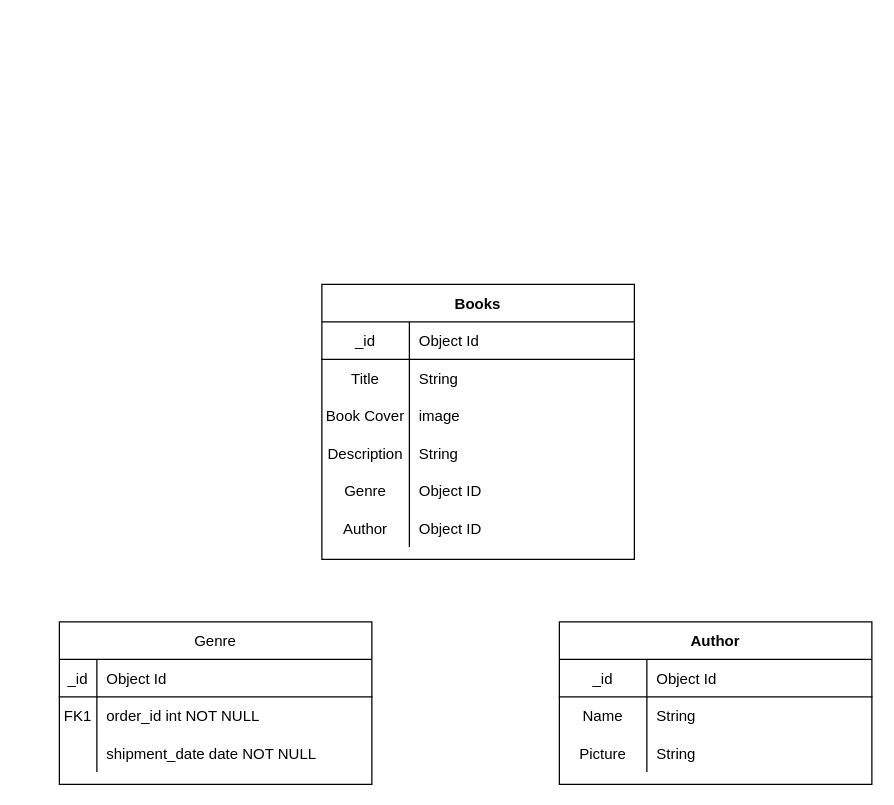
pierocaceres/The_Library_Of_Me keeps this draw.io diagram as The_Library_Of_Me_ERD.drawio. Above is the earlier version. Source tidied: cells renumbered, new cells numbered last; positions are measured from the earlier drawing's top-left corner, leaving out a move shared by most shapes. Both pictures are drawn from the tidied source at 125%, with x=0, y=0 at pixel (59, 284).
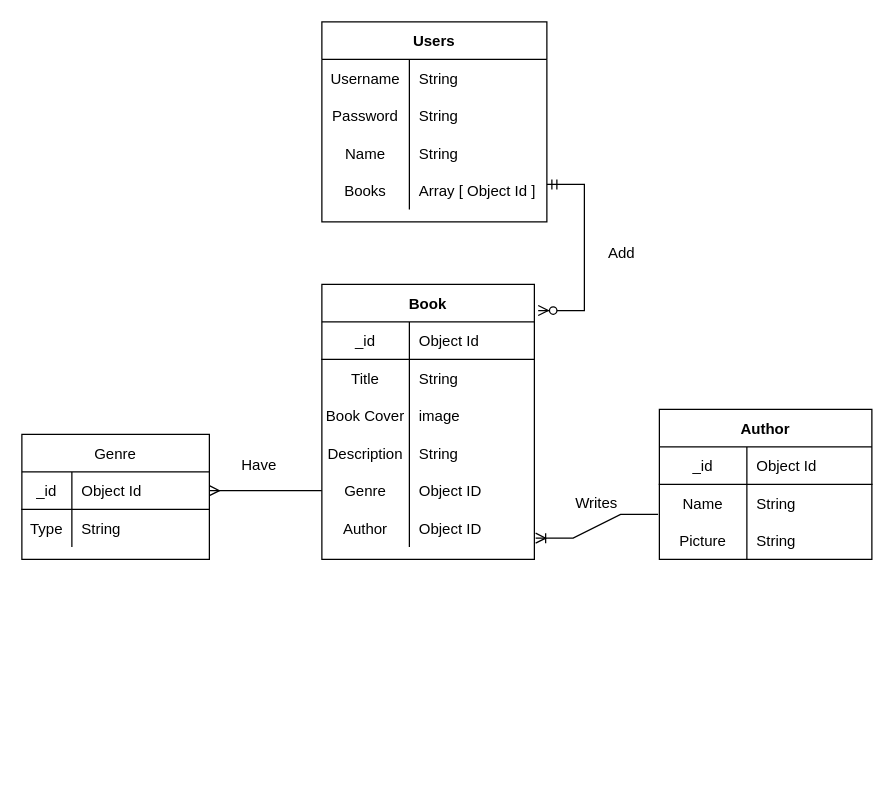
The same page after the edit.

What changed in the source:
```diff
@@
-    <mxCell id="2" value="Books" style="shape=table;startSize=30;childLayout=tableLayout;rowLines=0;fontStyle=1;align=center;" parent="1" vertex="1">
-      <mxGeometry x="210" width="250" height="220" as="geometry" />
+    <mxCell id="2" value="Book" style="shape=table;startSize=30;childLayout=tableLayout;rowLines=0;fontStyle=1;align=center;" parent="1" vertex="1">
+      <mxGeometry x="210" width="170" height="220" as="geometry" />
     </mxCell>
     <mxCell id="3" style="shape=partialRectangle;fillColor=none;top=0;left=0;right=0;bottom=1;fontStyle=5;" parent="2" vertex="1">
-      <mxGeometry y="30" width="250" height="30" as="geometry" />
+      <mxGeometry y="30" width="170" height="30" as="geometry" />
     </mxCell>
@@
     <mxCell id="5" value="Object Id" style="shape=partialRectangle;overflow=hidden;fillColor=none;top=0;left=0;bottom=0;right=0;align=left;spacingLeft=6;fontStyle=0;" parent="3" vertex="1">
-      <mxGeometry x="70" width="180" height="30" as="geometry" />
+      <mxGeometry x="70" width="100" height="30" as="geometry" />
     </mxCell>
     <mxCell id="6" style="shape=partialRectangle;fillColor=none;top=0;left=0;right=0;bottom=0;" parent="2" vertex="1">
-      <mxGeometry y="60" width="250" height="30" as="geometry" />
+      <mxGeometry y="60" width="170" height="30" as="geometry" />
     </mxCell>
@@
     <mxCell id="8" value="String" style="shape=partialRectangle;overflow=hidden;fillColor=none;top=0;left=0;bottom=0;right=0;align=left;spacingLeft=6;" parent="6" vertex="1">
-      <mxGeometry x="70" width="180" height="30" as="geometry" />
+      <mxGeometry x="70" width="100" height="30" as="geometry" />
     </mxCell>
     <mxCell id="9" style="shape=partialRectangle;fillColor=none;top=0;left=0;right=0;bottom=0;" parent="2" vertex="1">
-      <mxGeometry y="90" width="250" height="30" as="geometry" />
+      <mxGeometry y="90" width="170" height="30" as="geometry" />
     </mxCell>
@@
     <mxCell id="11" value="image " style="shape=partialRectangle;overflow=hidden;fillColor=none;top=0;left=0;bottom=0;right=0;align=left;spacingLeft=6;" parent="9" vertex="1">
-      <mxGeometry x="70" width="180" height="30" as="geometry" />
+      <mxGeometry x="70" width="100" height="30" as="geometry" />
     </mxCell>
     <mxCell id="12" style="shape=partialRectangle;fillColor=none;top=0;left=0;right=0;bottom=0;" parent="2" vertex="1">
-      <mxGeometry y="120" width="250" height="30" as="geometry" />
+      <mxGeometry y="120" width="170" height="30" as="geometry" />
     </mxCell>
@@
     <mxCell id="14" value="String" style="shape=partialRectangle;overflow=hidden;fillColor=none;top=0;left=0;bottom=0;right=0;align=left;spacingLeft=6;" parent="12" vertex="1">
-      <mxGeometry x="70" width="180" height="30" as="geometry" />
+      <mxGeometry x="70" width="100" height="30" as="geometry" />
     </mxCell>
     <mxCell id="15" style="shape=partialRectangle;fillColor=none;points=[[0,0.5],[1,0.5]];portConstraint=eastwest;top=0;left=0;right=0;bottom=0;" parent="2" vertex="1">
-      <mxGeometry y="150" width="250" height="30" as="geometry" />
+      <mxGeometry y="150" width="170" height="30" as="geometry" />
     </mxCell>
@@
     <mxCell id="17" value="Object ID" style="shape=partialRectangle;overflow=hidden;fillColor=none;top=0;left=0;bottom=0;right=0;align=left;spacingLeft=6;" parent="15" vertex="1">
-      <mxGeometry x="70" width="180" height="30" as="geometry" />
+      <mxGeometry x="70" width="100" height="30" as="geometry" />
     </mxCell>
     <mxCell id="18" style="shape=partialRectangle;fillColor=none;points=[[0,0.5],[1,0.5]];portConstraint=eastwest;top=0;left=0;right=0;bottom=0;" parent="2" vertex="1">
-      <mxGeometry y="180" width="250" height="30" as="geometry" />
+      <mxGeometry y="180" width="170" height="30" as="geometry" />
     </mxCell>
@@
     <mxCell id="20" value="Object ID" style="shape=partialRectangle;overflow=hidden;fillColor=none;top=0;left=0;bottom=0;right=0;align=left;spacingLeft=6;" parent="18" vertex="1">
-      <mxGeometry x="70" width="180" height="30" as="geometry" />
+      <mxGeometry x="70" width="100" height="30" as="geometry" />
     </mxCell>
     <mxCell id="21" value="Genre" style="shape=table;startSize=30;childLayout=tableLayout;rowLines=0;fontStyle=0;align=center;" parent="1" vertex="1">
-      <mxGeometry y="270" width="250" height="130" as="geometry" />
+      <mxGeometry x="-30" y="120" width="150" height="100" as="geometry" />
     </mxCell>
     <mxCell id="22" style="shape=partialRectangle;fillColor=none;points=[[0,0.5],[1,0.5]];portConstraint=eastwest;top=0;left=0;right=0;bottom=1;" parent="21" vertex="1">
-      <mxGeometry y="30" width="250" height="30" as="geometry" />
+      <mxGeometry y="30" width="150" height="30" as="geometry" />
     </mxCell>
     <mxCell id="23" value="_id" style="shape=partialRectangle;overflow=hidden;fillColor=none;top=0;left=0;bottom=0;right=0;fontStyle=0;" parent="22" vertex="1">
-      <mxGeometry width="30" height="30" as="geometry" />
+      <mxGeometry width="40" height="30" as="geometry" />
     </mxCell>
     <mxCell id="24" value="Object Id" style="shape=partialRectangle;overflow=hidden;fillColor=none;top=0;left=0;bottom=0;right=0;align=left;spacingLeft=6;fontStyle=0;" parent="22" vertex="1">
-      <mxGeometry x="30" width="220" height="30" as="geometry" />
+      <mxGeometry x="40" width="110" height="30" as="geometry" />
     </mxCell>
     <mxCell id="25" style="shape=partialRectangle;fillColor=none;top=0;left=0;right=0;bottom=0;" parent="21" vertex="1">
-      <mxGeometry y="60" width="250" height="30" as="geometry" />
+      <mxGeometry y="60" width="150" height="30" as="geometry" />
     </mxCell>
-    <mxCell id="26" value="FK1" style="shape=partialRectangle;overflow=hidden;fillColor=none;top=0;left=0;bottom=0;right=0;" parent="25" vertex="1">
-      <mxGeometry width="30" height="30" as="geometry" />
+    <mxCell id="26" value="Type" style="shape=partialRectangle;overflow=hidden;fillColor=none;top=0;left=0;bottom=0;right=0;" parent="25" vertex="1">
+      <mxGeometry width="40" height="30" as="geometry" />
     </mxCell>
-    <mxCell id="27" value="order_id int NOT NULL" style="shape=partialRectangle;overflow=hidden;fillColor=none;top=0;left=0;bottom=0;right=0;align=left;spacingLeft=6;" parent="25" vertex="1">
-      <mxGeometry x="30" width="220" height="30" as="geometry" />
+    <mxCell id="27" value="String" style="shape=partialRectangle;overflow=hidden;fillColor=none;top=0;left=0;bottom=0;right=0;align=left;spacingLeft=6;" parent="25" vertex="1">
+      <mxGeometry x="40" width="110" height="30" as="geometry" />
     </mxCell>
-    <mxCell id="28" style="shape=partialRectangle;fillColor=none;top=0;left=0;right=0;bottom=0;" parent="21" vertex="1">
-      <mxGeometry y="90" width="250" height="30" as="geometry" />
-    </mxCell>
-    <mxCell id="29" style="shape=partialRectangle;overflow=hidden;fillColor=none;top=0;left=0;bottom=0;right=0;" parent="28" vertex="1">
-      <mxGeometry width="30" height="30" as="geometry" />
-    </mxCell>
-    <mxCell id="30" value="shipment_date date NOT NULL" style="shape=partialRectangle;overflow=hidden;fillColor=none;top=0;left=0;bottom=0;right=0;align=left;spacingLeft=6;" parent="28" vertex="1">
-      <mxGeometry x="30" width="220" height="30" as="geometry" />
-    </mxCell>
     <mxCell id="31" value="Author" style="shape=table;startSize=30;childLayout=tableLayout;rowLines=0;fontStyle=1;align=center;" parent="1" vertex="1">
-      <mxGeometry x="400" y="270" width="250" height="130" as="geometry" />
+      <mxGeometry x="480" y="100" width="170" height="120" as="geometry" />
     </mxCell>
     <mxCell id="32" style="shape=partialRectangle;fillColor=none;top=0;left=0;right=0;bottom=1;" parent="31" vertex="1">
-      <mxGeometry y="30" width="250" height="30" as="geometry" />
+      <mxGeometry y="30" width="170" height="30" as="geometry" />
     </mxCell>
@@
     <mxCell id="34" value="Object Id" style="shape=partialRectangle;overflow=hidden;fillColor=none;top=0;left=0;bottom=0;right=0;align=left;spacingLeft=6;fontStyle=0;" parent="32" vertex="1">
-      <mxGeometry x="70" width="180" height="30" as="geometry" />
+      <mxGeometry x="70" width="100" height="30" as="geometry" />
     </mxCell>
     <mxCell id="35" style="shape=partialRectangle;fillColor=none;points=[[0,0.5],[1,0.5]];portConstraint=eastwest;top=0;left=0;right=0;bottom=0;" parent="31" vertex="1">
-      <mxGeometry y="60" width="250" height="30" as="geometry" />
+      <mxGeometry y="60" width="170" height="30" as="geometry" />
     </mxCell>
@@
     <mxCell id="37" value="String" style="shape=partialRectangle;overflow=hidden;fillColor=none;top=0;left=0;bottom=0;right=0;align=left;spacingLeft=6;" parent="35" vertex="1">
-      <mxGeometry x="70" width="180" height="30" as="geometry" />
+      <mxGeometry x="70" width="100" height="30" as="geometry" />
     </mxCell>
     <mxCell id="38" style="shape=partialRectangle;fillColor=none;top=0;left=0;right=0;bottom=0;" parent="31" vertex="1">
-      <mxGeometry y="90" width="250" height="30" as="geometry" />
+      <mxGeometry y="90" width="170" height="30" as="geometry" />
     </mxCell>
@@
     <mxCell id="40" value="String" style="shape=partialRectangle;overflow=hidden;fillColor=none;top=0;left=0;bottom=0;right=0;align=left;spacingLeft=6;" parent="38" vertex="1">
-      <mxGeometry x="70" width="180" height="30" as="geometry" />
+      <mxGeometry x="70" width="100" height="30" as="geometry" />
     </mxCell>
+    <mxCell id="41" style="edgeStyle=entityRelationEdgeStyle;fontSize=12;html=1;endArrow=ERoneToMany;rounded=0;entryX=1.006;entryY=0.767;entryDx=0;entryDy=0;entryPerimeter=0;exitX=-0.006;exitY=0.8;exitDx=0;exitDy=0;exitPerimeter=0;" parent="1" edge="1" source="35" target="18">
+      <mxGeometry relative="1" as="geometry" />
+    </mxCell>
+    <mxCell id="42" value="Users" style="shape=table;startSize=30;childLayout=tableLayout;rowLines=0;fontStyle=1;align=center;" parent="1" vertex="1">
+      <mxGeometry x="210" y="-210" width="180" height="160" as="geometry" />
+    </mxCell>
+    <mxCell id="43" style="shape=tableRow;horizontal=0;startSize=0;swimlaneHead=0;swimlaneBody=0;fillColor=none;top=0;left=0;right=0;bottom=0;" parent="42" vertex="1">
+      <mxGeometry y="30" width="180" height="30" as="geometry" />
+    </mxCell>
+    <mxCell id="44" value="Username" style="shape=partialRectangle;fillColor=none;top=0;left=0;bottom=0;right=0;overflow=hidden;" parent="43" vertex="1">
+      <mxGeometry width="70" height="30" as="geometry" />
+    </mxCell>
+    <mxCell id="45" value="String" style="shape=partialRectangle;fillColor=none;top=0;left=0;bottom=0;right=0;align=left;spacingLeft=6;overflow=hidden;" parent="43" vertex="1">
+      <mxGeometry x="70" width="110" height="30" as="geometry" />
+    </mxCell>
+    <mxCell id="46" style="shape=tableRow;horizontal=0;startSize=0;swimlaneHead=0;swimlaneBody=0;fillColor=none;top=0;left=0;right=0;bottom=0;" parent="42" vertex="1">
+      <mxGeometry y="60" width="180" height="30" as="geometry" />
+    </mxCell>
+    <mxCell id="47" value="Password" style="shape=partialRectangle;fillColor=none;top=0;left=0;bottom=0;right=0;overflow=hidden;" parent="46" vertex="1">
+      <mxGeometry width="70" height="30" as="geometry" />
+    </mxCell>
+    <mxCell id="48" value="String" style="shape=partialRectangle;fillColor=none;top=0;left=0;bottom=0;right=0;align=left;spacingLeft=6;overflow=hidden;" parent="46" vertex="1">
+      <mxGeometry x="70" width="110" height="30" as="geometry" />
+    </mxCell>
+    <mxCell id="49" style="shape=tableRow;horizontal=0;startSize=0;swimlaneHead=0;swimlaneBody=0;fillColor=none;top=0;left=0;right=0;bottom=0;" parent="42" vertex="1">
+      <mxGeometry y="90" width="180" height="30" as="geometry" />
+    </mxCell>
+    <mxCell id="50" value="Name" style="shape=partialRectangle;fillColor=none;top=0;left=0;bottom=0;right=0;overflow=hidden;" parent="49" vertex="1">
+      <mxGeometry width="70" height="30" as="geometry" />
+    </mxCell>
+    <mxCell id="51" value="String" style="shape=partialRectangle;fillColor=none;top=0;left=0;bottom=0;right=0;align=left;spacingLeft=6;overflow=hidden;" parent="49" vertex="1">
+      <mxGeometry x="70" width="110" height="30" as="geometry" />
+    </mxCell>
+    <mxCell id="52" style="shape=tableRow;horizontal=0;startSize=0;swimlaneHead=0;swimlaneBody=0;fillColor=none;top=0;left=0;right=0;bottom=0;" parent="42" vertex="1">
+      <mxGeometry y="120" width="180" height="30" as="geometry" />
+    </mxCell>
+    <mxCell id="53" value="Books" style="shape=partialRectangle;fillColor=none;top=0;left=0;bottom=0;right=0;overflow=hidden;" parent="52" vertex="1">
+      <mxGeometry width="70" height="30" as="geometry" />
+    </mxCell>
+    <mxCell id="54" value="Array [ Object Id ]" style="shape=partialRectangle;fillColor=none;top=0;left=0;bottom=0;right=0;align=left;spacingLeft=6;overflow=hidden;" parent="52" vertex="1">
+      <mxGeometry x="70" width="110" height="30" as="geometry" />
+    </mxCell>
+    <mxCell id="55" style="edgeStyle=entityRelationEdgeStyle;fontSize=12;html=1;endArrow=ERzeroToMany;startArrow=ERmandOne;rounded=0;elbow=vertical;entryX=1.018;entryY=0.095;entryDx=0;entryDy=0;entryPerimeter=0;" parent="1" edge="1" target="2">
+      <mxGeometry relative="1" as="geometry">
+        <mxPoint x="390" y="-80" as="sourcePoint" />
+      </mxGeometry>
+    </mxCell>
+    <mxCell id="56" style="edgeStyle=entityRelationEdgeStyle;fontSize=12;html=1;endArrow=ERmany;rounded=0;elbow=vertical;entryX=1;entryY=0.5;entryDx=0;entryDy=0;exitX=0;exitY=0.5;exitDx=0;exitDy=0;" parent="1" edge="1" source="15" target="22">
+      <mxGeometry relative="1" as="geometry" />
+    </mxCell>
+    <mxCell id="57" value="Writes" style="text;html=1;strokeColor=none;fillColor=none;align=center;verticalAlign=middle;whiteSpace=wrap;rounded=0;" parent="1" vertex="1">
+      <mxGeometry x="400" y="160" width="60" height="30" as="geometry" />
+    </mxCell>
+    <mxCell id="58" value="Have" style="text;html=1;strokeColor=none;fillColor=none;align=center;verticalAlign=middle;whiteSpace=wrap;rounded=0;" parent="1" vertex="1">
+      <mxGeometry x="130" y="130" width="60" height="30" as="geometry" />
+    </mxCell>
+    <mxCell id="59" value="Add" style="text;html=1;strokeColor=none;fillColor=none;align=center;verticalAlign=middle;whiteSpace=wrap;rounded=0;" parent="1" vertex="1">
+      <mxGeometry x="420" y="-40" width="60" height="30" as="geometry" />
+    </mxCell>
```
